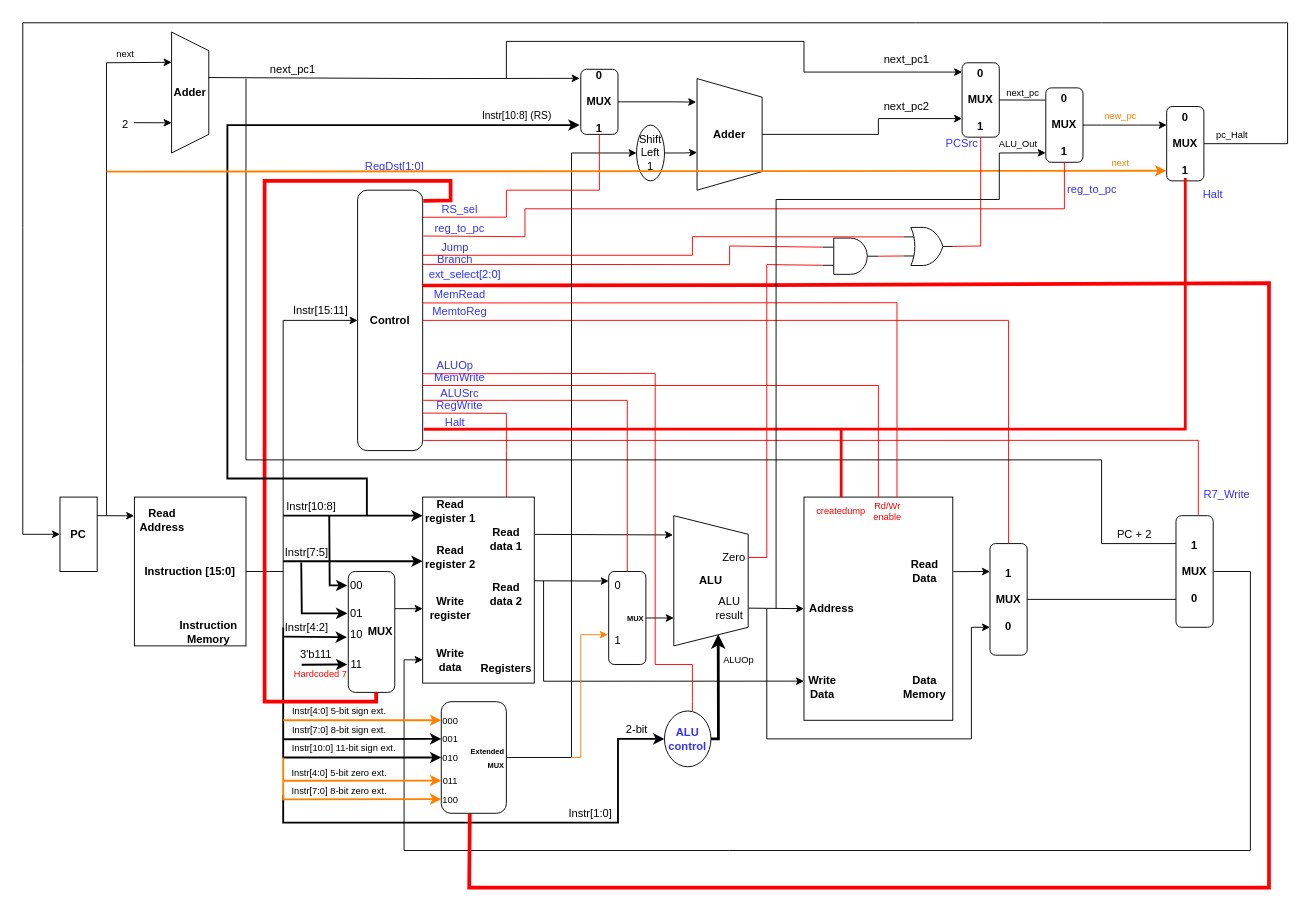
This is WISC-SP22.drawio from joshmeiyb/ECE552, a draw.io file, before an edit. Source tidied: cells renumbered, new cells numbered last; positions are measured from the earlier drawing's top-left corner, leaving out a move shared by most shapes. Both pictures are drawn from the tidied source at 93%, with x=0, y=0 at pixel (22, 22).
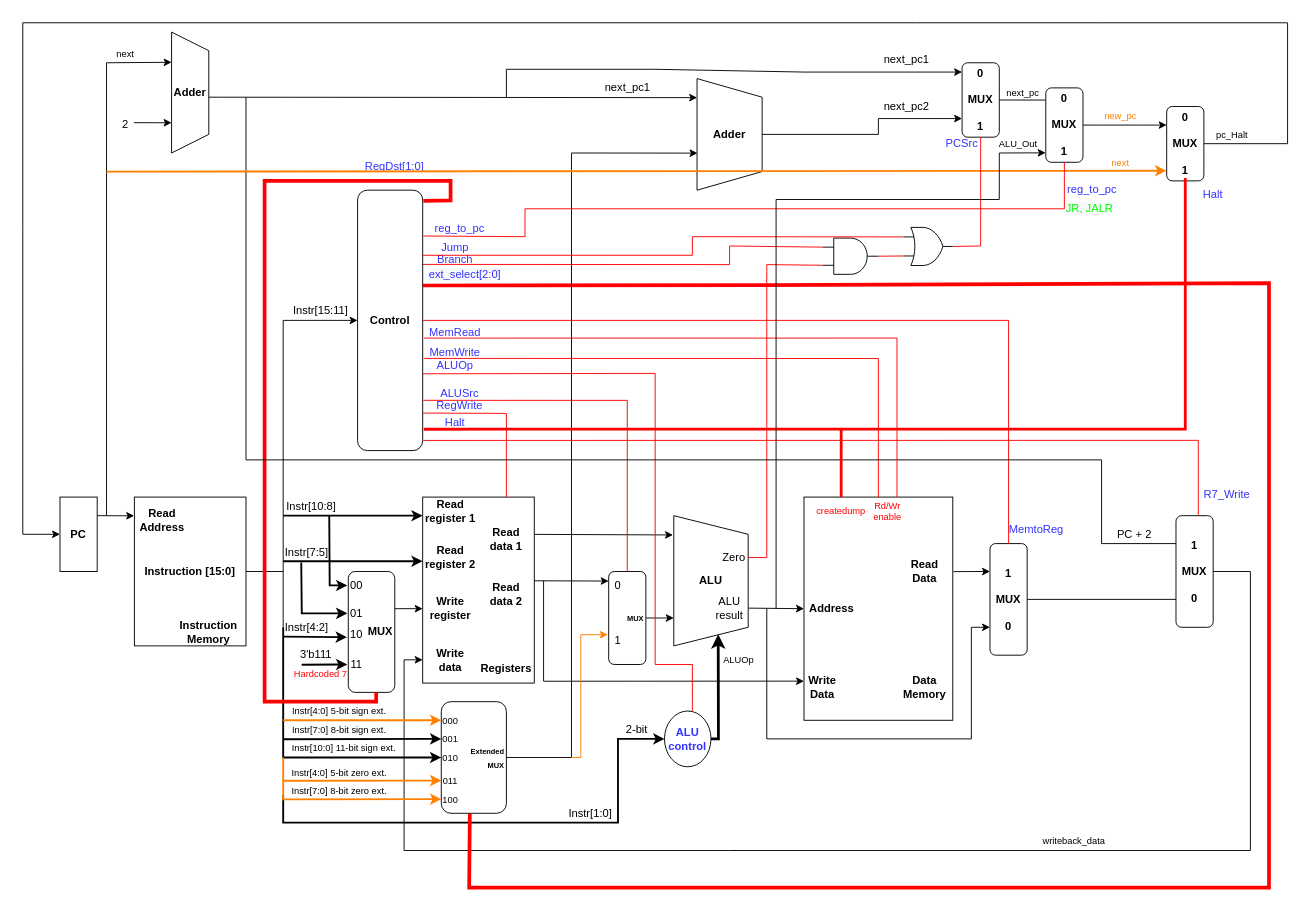
The same diagram, later.

The change refers to these unchanged cells:
```xml
<mxCell id="6" value="&lt;b&gt;Adder&lt;/b&gt;" style="shape=trapezoid;perimeter=trapezoidPerimeter;whiteSpace=wrap;html=1;fixedSize=1;direction=south;" parent="1" vertex="1">
  <mxGeometry x="160" y="10" width="40" height="130" as="geometry" />
</mxCell>
<mxCell id="10" value="&lt;b&gt;Adder&lt;/b&gt;" style="shape=trapezoid;perimeter=trapezoidPerimeter;whiteSpace=wrap;html=1;fixedSize=1;direction=south;" parent="1" vertex="1">
  <mxGeometry x="725" y="60" width="70" height="120" as="geometry" />
</mxCell>
<mxCell id="27" value="&lt;b&gt;0&lt;br&gt;&lt;br&gt;MUX&lt;br&gt;&lt;br&gt;1&lt;/b&gt;" style="rounded=1;whiteSpace=wrap;html=1;" parent="1" vertex="1">
  <mxGeometry x="1010" y="43" width="40" height="80" as="geometry" />
</mxCell>
<mxCell id="38" style="rounded=0;whiteSpace=wrap;html=1;" parent="1" vertex="1">
  <mxGeometry x="840" y="510" width="160" height="240" as="geometry" />
</mxCell>
<mxCell id="67" value="&lt;b&gt;Control&lt;/b&gt;" style="rounded=1;whiteSpace=wrap;html=1;" parent="1" vertex="1">
  <mxGeometry x="360" y="180" width="70" height="280" as="geometry" />
</mxCell>
<mxCell id="88" value="010" style="text;html=1;strokeColor=none;fillColor=none;align=center;verticalAlign=middle;whiteSpace=wrap;rounded=0;fontSize=10;" parent="1" vertex="1">
  <mxGeometry x="450" y="775" width="20" height="30" as="geometry" />
</mxCell>
<mxCell id="97" value="&lt;b&gt;1&lt;br&gt;&lt;br&gt;MUX&lt;br&gt;&lt;br&gt;0&lt;/b&gt;" style="rounded=1;whiteSpace=wrap;html=1;" parent="1" vertex="1">
  <mxGeometry x="1240" y="530" width="40" height="120" as="geometry" />
</mxCell>
```

What changed in the source:
```diff
@@
-    <mxCell id="9" style="endArrow=classic;html=1;rounded=0;exitX=0.376;exitY=0.008;exitDx=0;exitDy=0;exitPerimeter=0;entryX=-0.031;entryY=0.139;entryDx=0;entryDy=0;entryPerimeter=0;" parent="1" edge="1" source="6" target="103">
-      <mxGeometry relative="1" as="geometry">
-        <Array as="points">
-          <mxPoint x="440" y="60" />
-        </Array>
-      </mxGeometry>
-    </mxCell>
@@
-    <mxCell id="11" style="edgeStyle=orthogonalEdgeStyle;rounded=0;jettySize=auto;html=1;strokeColor=#000000;strokeWidth=1;entryX=0.662;entryY=1;entryDx=0;entryDy=0;entryPerimeter=0;" parent="1" edge="1" source="12" target="10">
-      <mxGeometry relative="1" as="geometry" />
-    </mxCell>
-    <mxCell id="12" value="Shift&lt;br&gt;Left 1" style="ellipse;whiteSpace=wrap;html=1;" parent="1" vertex="1">
-      <mxGeometry x="660" y="110" width="30" height="60" as="geometry" />
-    </mxCell>
@@
     <mxCell id="28" style="endArrow=classic;html=1;rounded=0;entryX=0;entryY=0.125;entryDx=0;entryDy=0;entryPerimeter=0;" parent="1" edge="1" target="27">
       <mxGeometry relative="1" as="geometry">
-        <mxPoint x="520" y="60" as="sourcePoint" />
+        <mxPoint x="520" y="80" as="sourcePoint" />
         <Array as="points">
-          <mxPoint x="520" y="20" />
-          <mxPoint x="840" y="20" />
+          <mxPoint x="520" y="50" />
+          <mxPoint x="680" y="50" />
           <mxPoint x="840" y="53" />
         </Array>
       </mxGeometry>
     </mxCell>
@@
     <mxCell id="49" value="&lt;font color=&quot;#3333ff&quot;&gt;MemtoReg&lt;/font&gt;" style="text;html=1;strokeColor=none;fillColor=none;align=center;verticalAlign=middle;whiteSpace=wrap;rounded=0;" parent="1" vertex="1">
-      <mxGeometry x="440" y="296" width="60" height="30" as="geometry" />
+      <mxGeometry x="1060" y="530" width="60" height="30" as="geometry" />
     </mxCell>
@@
     <mxCell id="69" value="&lt;font color=&quot;#3333ff&quot;&gt;MemRead&lt;/font&gt;" style="text;html=1;strokeColor=none;fillColor=none;align=center;verticalAlign=middle;whiteSpace=wrap;rounded=0;" parent="1" vertex="1">
-      <mxGeometry x="440" y="277" width="60" height="30" as="geometry" />
+      <mxGeometry x="435" y="318" width="60" height="30" as="geometry" />
     </mxCell>
@@
     <mxCell id="72" value="&lt;font color=&quot;#3333ff&quot;&gt;MemWrite&lt;/font&gt;" style="text;html=1;strokeColor=none;fillColor=none;align=center;verticalAlign=middle;whiteSpace=wrap;rounded=0;" parent="1" vertex="1">
-      <mxGeometry x="440" y="367" width="60" height="30" as="geometry" />
+      <mxGeometry x="435" y="340" width="60" height="30" as="geometry" />
     </mxCell>
-    <mxCell id="73" style="endArrow=none;html=1;rounded=0;strokeColor=#FF0000;entryX=0.5;entryY=0;entryDx=0;entryDy=0;exitX=1;exitY=0.75;exitDx=0;exitDy=0;" parent="1" edge="1" source="67" target="38">
+    <mxCell id="73" style="endArrow=none;html=1;rounded=0;strokeColor=#FF0000;entryX=0.5;entryY=0;entryDx=0;entryDy=0;exitX=1.016;exitY=0.646;exitDx=0;exitDy=0;exitPerimeter=0;" parent="1" edge="1" source="67" target="38">
       <mxGeometry relative="1" as="geometry">
         <Array as="points">
-          <mxPoint x="920" y="390" />
+          <mxPoint x="920" y="361" />
         </Array>
       </mxGeometry>
     </mxCell>
@@
-    <mxCell id="84" style="endArrow=classic;html=1;rounded=0;strokeColor=#000000;exitX=1;exitY=0.5;exitDx=0;exitDy=0;entryX=0;entryY=0.5;entryDx=0;entryDy=0;" parent="1" edge="1" source="88" target="12">
+    <mxCell id="84" style="endArrow=classic;html=1;rounded=0;strokeColor=#000000;exitX=1;exitY=0.5;exitDx=0;exitDy=0;entryX=0.668;entryY=0.993;entryDx=0;entryDy=0;entryPerimeter=0;" parent="1" edge="1" source="88" target="10">
       <mxGeometry relative="1" as="geometry">
         <Array as="points">
           <mxPoint x="590" y="790" />
           <mxPoint x="590" y="140" />
         </Array>
       </mxGeometry>
     </mxCell>
@@
     <mxCell id="98" style="endArrow=none;html=1;rounded=0;strokeColor=#000000;strokeWidth=1;entryX=0;entryY=0.25;entryDx=0;entryDy=0;" parent="1" edge="1" target="97">
       <mxGeometry relative="1" as="geometry">
-        <mxPoint x="240" y="60" as="sourcePoint" />
+        <mxPoint x="240" y="80" as="sourcePoint" />
         <Array as="points">
           <mxPoint x="240" y="470" />
           <mxPoint x="1160" y="470" />
           <mxPoint x="1160" y="560" />
         </Array>
       </mxGeometry>
     </mxCell>
@@
-    <mxCell id="103" value="&lt;b&gt;0&lt;br&gt;&lt;br&gt;MUX&lt;br&gt;&lt;br&gt;1&lt;/b&gt;" style="rounded=1;whiteSpace=wrap;html=1;" parent="1" vertex="1">
-      <mxGeometry x="600" y="50" width="40" height="70" as="geometry" />
-    </mxCell>
-    <mxCell id="104" style="endArrow=classic;html=1;rounded=0;fontColor=#000000;strokeColor=#000000;strokeWidth=2;entryX=-0.031;entryY=0.857;entryDx=0;entryDy=0;entryPerimeter=0;" parent="1" edge="1" target="103">
-      <mxGeometry relative="1" as="geometry">
-        <mxPoint x="370" y="530" as="sourcePoint" />
-        <Array as="points">
-          <mxPoint x="370" y="490" />
-          <mxPoint x="220" y="490" />
-          <mxPoint x="220" y="110" />
-          <mxPoint x="490" y="110" />
-        </Array>
-      </mxGeometry>
-    </mxCell>
-    <mxCell id="105" value="Instr[10:8] (RS)" style="edgeLabel;html=1;align=center;verticalAlign=middle;fontColor=#000000;" parent="104" vertex="1">
-      <mxGeometry x="0.86" y="5" relative="1" as="geometry">
-        <mxPoint x="-1" y="-5" as="offset" />
-      </mxGeometry>
-    </mxCell>
-    <mxCell id="106" style="endArrow=none;html=1;rounded=0;fontColor=#000000;strokeColor=#FF0000;strokeWidth=1;exitX=1.002;exitY=0.104;exitDx=0;exitDy=0;exitPerimeter=0;entryX=0.5;entryY=1;entryDx=0;entryDy=0;" parent="1" edge="1" source="67" target="103">
-      <mxGeometry relative="1" as="geometry">
-        <Array as="points">
-          <mxPoint x="520" y="209" />
-          <mxPoint x="520" y="180" />
-          <mxPoint x="620" y="180" />
-        </Array>
-      </mxGeometry>
-    </mxCell>
-    <mxCell id="107" value="&lt;font color=&quot;#3333ff&quot;&gt;RS_sel&lt;/font&gt;" style="text;html=1;strokeColor=none;fillColor=none;align=center;verticalAlign=middle;whiteSpace=wrap;rounded=0;" parent="1" vertex="1">
-      <mxGeometry x="440" y="191" width="60" height="20" as="geometry" />
-    </mxCell>
-    <mxCell id="108" style="endArrow=classic;html=1;rounded=0;fontColor=#000000;strokeColor=#000000;strokeWidth=1;exitX=1;exitY=0.5;exitDx=0;exitDy=0;entryX=0.211;entryY=1.013;entryDx=0;entryDy=0;entryPerimeter=0;" parent="1" edge="1" source="103" target="10">
-      <mxGeometry relative="1" as="geometry">
-        <Array as="points">
-          <mxPoint x="700" y="85" />
-        </Array>
-      </mxGeometry>
-    </mxCell>
     <mxCell id="109" value="next_pc1" style="text;html=1;align=center;verticalAlign=middle;strokeColor=none;fillColor=none;" parent="1" vertex="1">
-      <mxGeometry x="260" y="40" width="60" height="20" as="geometry" />
+      <mxGeometry x="620" y="60" width="60" height="20" as="geometry" />
     </mxCell>
@@
-    <mxCell id="127" style="endArrow=none;html=1;rounded=0;fontSize=10;fontColor=#000000;strokeColor=#FF0000;strokeWidth=1;entryX=0.994;entryY=0.433;entryDx=0;entryDy=0;entryPerimeter=0;exitX=0.625;exitY=0;exitDx=0;exitDy=0;exitPerimeter=0;" parent="1" edge="1" source="38" target="67">
+    <mxCell id="127" style="endArrow=none;html=1;rounded=0;fontSize=10;fontColor=#000000;strokeColor=#FF0000;strokeWidth=1;entryX=1.019;entryY=0.568;entryDx=0;entryDy=0;entryPerimeter=0;exitX=0.625;exitY=0;exitDx=0;exitDy=0;exitPerimeter=0;" parent="1" edge="1" source="38" target="67">
       <mxGeometry relative="1" as="geometry">
         <Array as="points">
-          <mxPoint x="940" y="301" />
+          <mxPoint x="940" y="339" />
         </Array>
       </mxGeometry>
     </mxCell>
@@
+    <mxCell id="155" value="writeback_data" style="text;html=1;align=center;verticalAlign=middle;strokeColor=none;fillColor=none;fontSize=10;fontColor=#000000;" parent="1" vertex="1">
+      <mxGeometry x="1090" y="870" width="80" height="20" as="geometry" />
+    </mxCell>
+    <mxCell id="156" value="&lt;span style=&quot;font-family: &amp;#34;helvetica&amp;#34; ; font-size: 12px ; font-style: normal ; font-weight: 400 ; letter-spacing: normal ; text-align: center ; text-indent: 0px ; text-transform: none ; word-spacing: 0px ; background-color: rgb(248 , 249 , 250) ; display: inline ; float: none&quot;&gt;&lt;font color=&quot;#00ff00&quot;&gt;JR, JALR&lt;/font&gt;&lt;/span&gt;" style="text;whiteSpace=wrap;html=1;fontSize=10;fontColor=#000000;" parent="1" vertex="1">
+      <mxGeometry x="1120" y="186" width="80" height="30" as="geometry" />
+    </mxCell>
+    <mxCell id="157" style="endArrow=classic;html=1;rounded=0;fontSize=10;fontColor=#00FF00;strokeColor=#000000;strokeWidth=1;exitX=0.5;exitY=0;exitDx=0;exitDy=0;entryX=0.129;entryY=0.998;entryDx=0;entryDy=0;entryPerimeter=0;" parent="1" edge="1">
+      <mxGeometry relative="1" as="geometry">
+        <mxPoint x="200" y="80" as="sourcePoint" />
+        <mxPoint x="725.1" y="80.5" as="targetPoint" />
+      </mxGeometry>
+    </mxCell>
```
